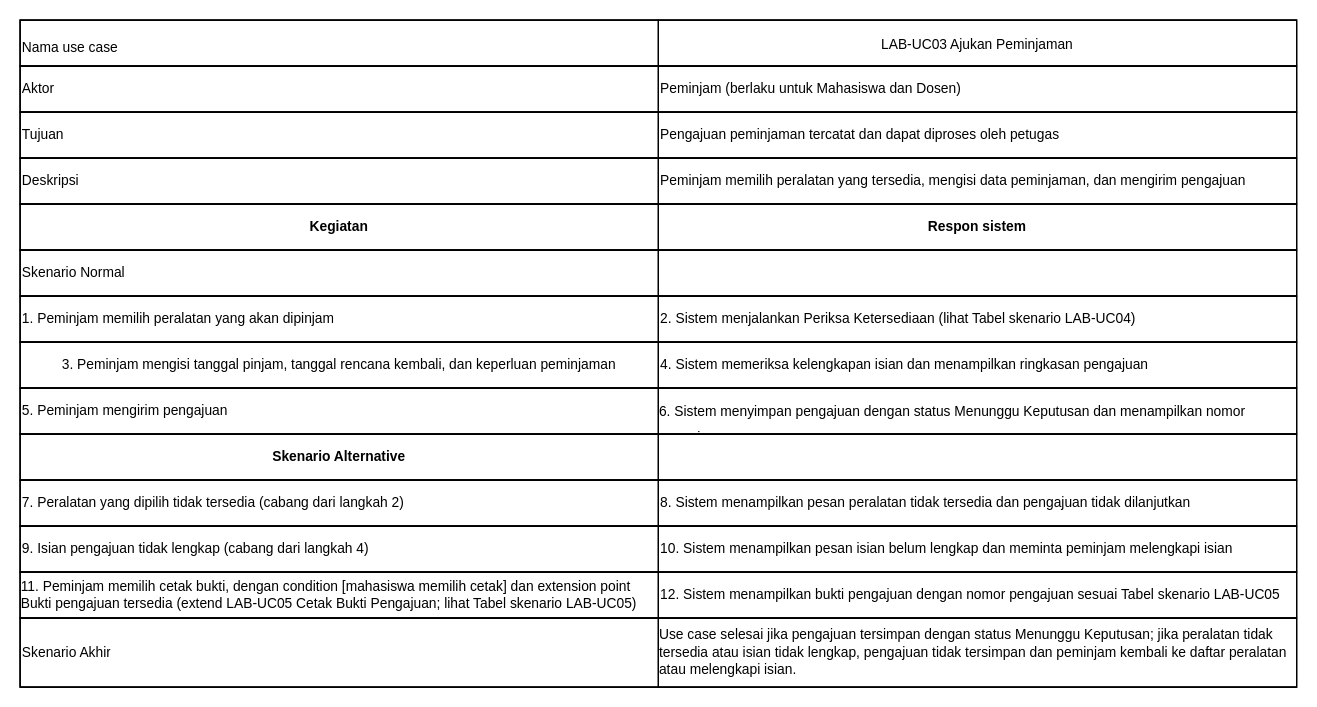
MuhammadYusufFaturahman-55/IFRWP5149_2406002_LabAlat keeps this draw.io diagram as page "Page-4" (3 of 12) of 04_model_analisis/P05/LAB/P05_2406002_LAB_skenario_v01.drawio. Above is the earlier version. Source tidied: cells renumbered, new cells numbered last; positions are measured from the earlier drawing's top-left corner, leaving out a move shared by most shapes. Both pictures are drawn from the tidied source at 115%, with x=0, y=0 at pixel (20, 20).
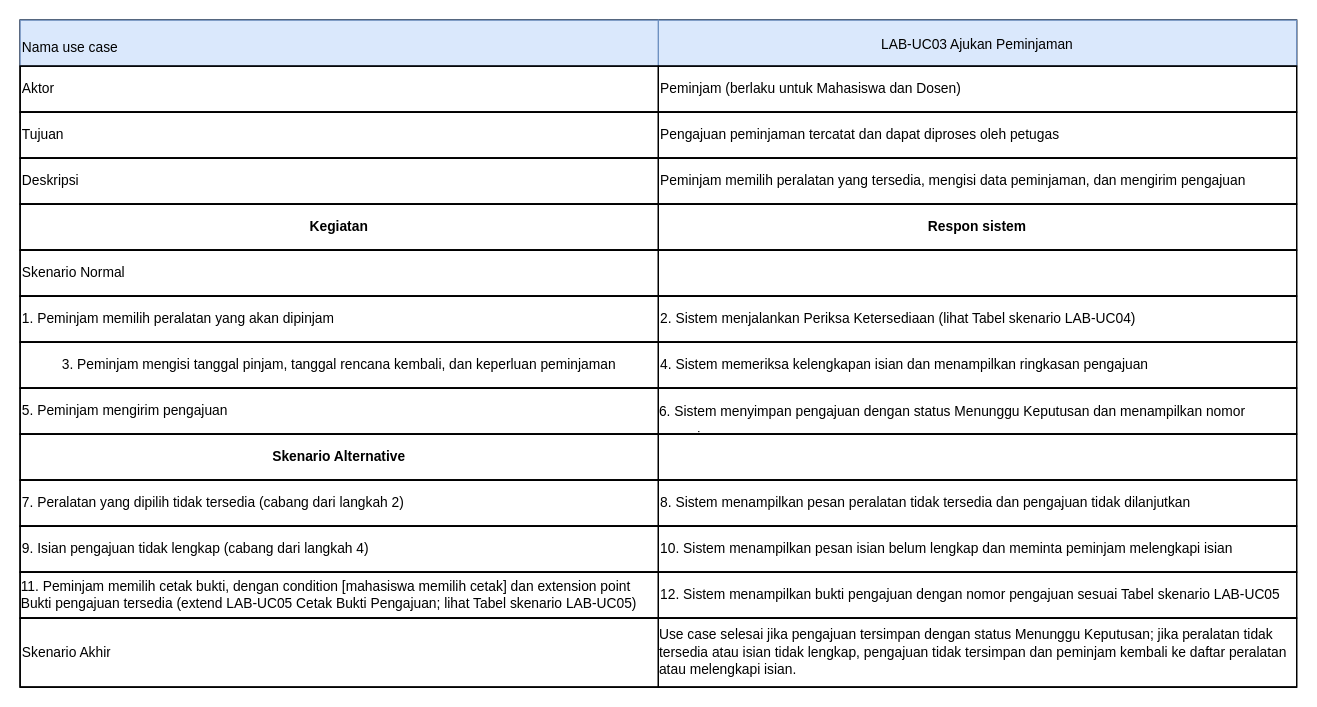
After the change.

Unchanged cells that the change refers to:
```xml
<mxCell id="3" style="shape=tableRow;horizontal=0;startSize=0;swimlaneHead=0;swimlaneBody=0;strokeColor=inherit;fillColor=none;fixedHeader=1;" parent="2" vertex="1">
  <mxGeometry width="1110" height="40" as="geometry" />
</mxCell>
```

What changed in the source:
```diff
@@
-    <mxCell id="4" value="&lt;br&gt;&lt;div align=&quot;left&quot;&gt;Nama use case&lt;br&gt;&lt;br&gt;&lt;/div&gt;" style="shape=partialRectangle;html=1;whiteSpace=wrap;strokeColor=inherit;overflow=hidden;fillColor=none;align=left;" parent="3" vertex="1">
+    <mxCell id="4" value="&lt;br&gt;&lt;div align=&quot;left&quot;&gt;Nama use case&lt;br&gt;&lt;br&gt;&lt;/div&gt;" style="shape=partialRectangle;html=1;whiteSpace=wrap;strokeColor=#6c8ebf;overflow=hidden;fillColor=#dae8fc;align=left;" parent="3" vertex="1">
       <mxGeometry width="555" height="40" as="geometry" />
     </mxCell>
-    <mxCell id="5" value="&lt;span&gt;LAB-UC03 Ajukan Peminjaman&lt;/span&gt;&lt;span&gt;&lt;span&gt;&lt;sup class=&quot;superscript&quot;&gt;&lt;/sup&gt;&lt;/span&gt;&lt;/span&gt;" style="shape=partialRectangle;html=1;whiteSpace=wrap;strokeColor=inherit;overflow=hidden;fillColor=none;" parent="3" vertex="1">
+    <mxCell id="5" value="&lt;span&gt;LAB-UC03 Ajukan Peminjaman&lt;/span&gt;&lt;span&gt;&lt;span&gt;&lt;sup class=&quot;superscript&quot;&gt;&lt;/sup&gt;&lt;/span&gt;&lt;/span&gt;" style="shape=partialRectangle;html=1;whiteSpace=wrap;strokeColor=#6c8ebf;overflow=hidden;fillColor=#dae8fc;" parent="3" vertex="1">
       <mxGeometry x="555" width="555" height="40" as="geometry" />
     </mxCell>
```
